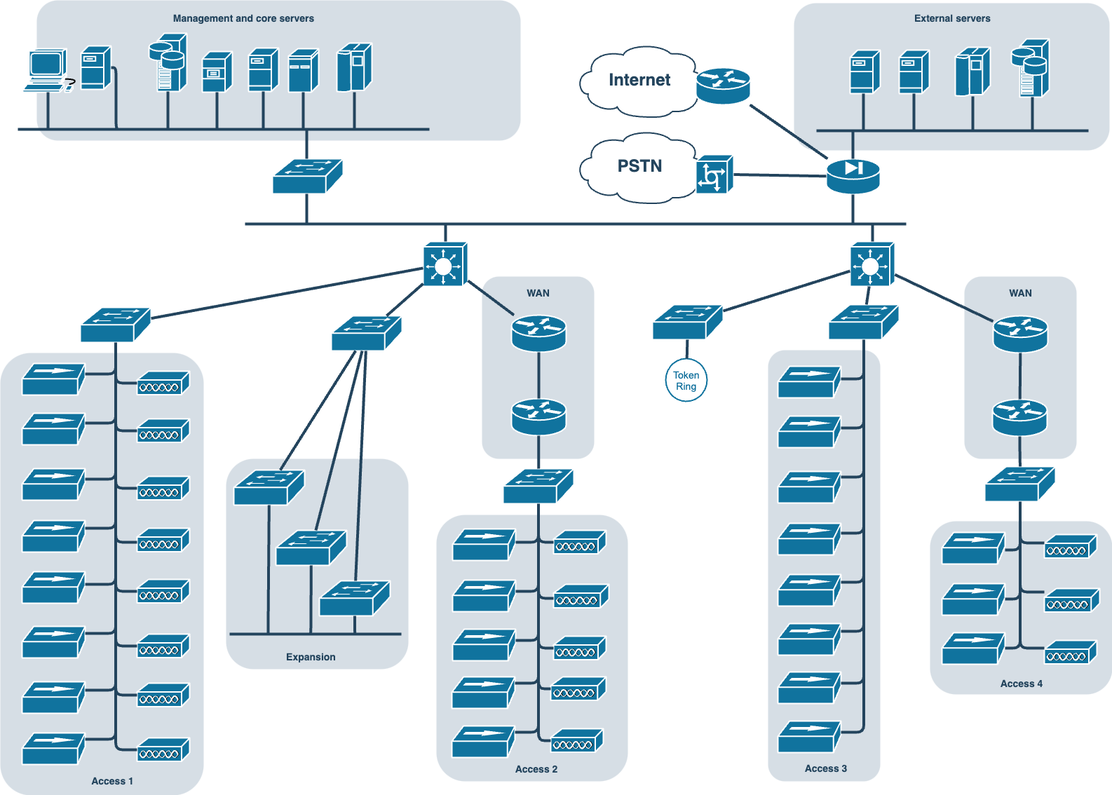
The draw.io diagram java00.drawio.png in Utihbi/pics, before a commit. Source tidied: cells renumbered, new cells last; positions are measured from the earlier drawing's top-left corner, leaving out a move shared by most shapes.
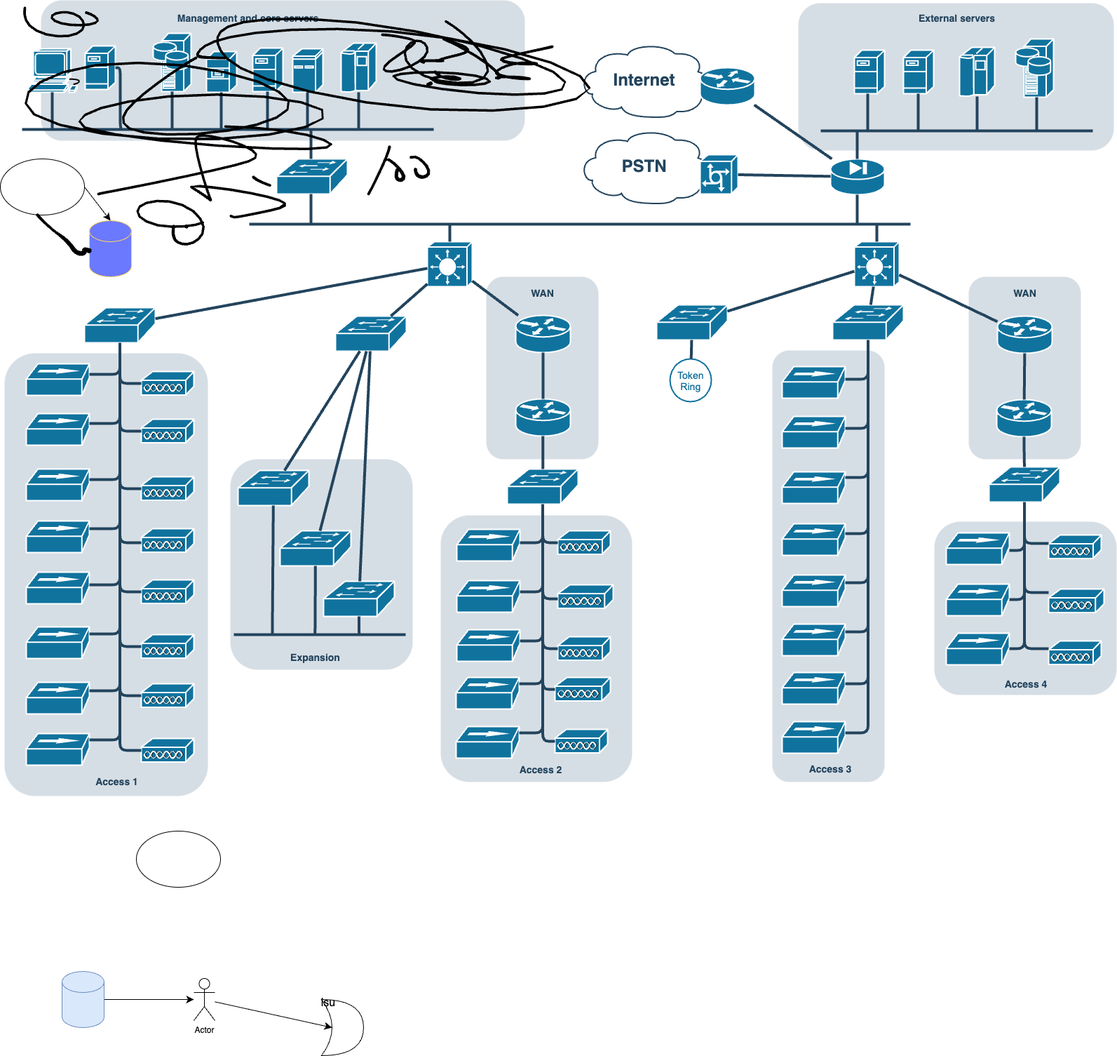
Above is the later version.

The edit, as a diff of the source:
```diff
@@ -720,5 +720,77 @@
     <mxCell id="173" style="edgeStyle=orthogonalEdgeStyle;curved=1;rounded=0;jumpStyle=none;html=1;exitX=0.75;exitY=0;entryX=0.75;entryY=0;shadow=0;labelBackgroundColor=#ffffff;startArrow=none;startFill=0;endArrow=none;endFill=0;endSize=10;jettySize=auto;orthogonalLoop=1;strokeColor=#23445D;strokeWidth=2;fillColor=#F08705;fontFamily=Helvetica;fontSize=25;fontColor=#23445D;align=left;" parent="1" edge="1" source="3" target="3">
       <mxGeometry relative="1" as="geometry" />
     </mxCell>
+    <mxCell id="174" style="shape=(stored shape, 2792 characters);lineShape=1;strokeColor=default;" parent="1" vertex="1">
+      <mxGeometry x="591.5" y="53.9" width="190.9" height="59.5" as="geometry" />
+    </mxCell>
+    <mxCell id="175" style="shape=(stored shape, 668 characters);lineShape=1;strokeColor=default;" parent="1" vertex="1">
+      <mxGeometry x="602" y="116.2" width="8" height="5.7" as="geometry" />
+    </mxCell>
+    <mxCell id="176" style="shape=(stored shape, 2440 characters);lineShape=1;strokeColor=default;" parent="1" vertex="1">
+      <mxGeometry x="273.8" y="25.1" width="561.5" height="133.2" as="geometry" />
+    </mxCell>
+    <mxCell id="177" style="shape=(stored shape, 1828 characters);lineShape=1;strokeColor=default;" parent="1" vertex="1">
+      <mxGeometry x="29.2" y="80.6" width="437.5" height="132.5" as="geometry" />
+    </mxCell>
+    <mxCell id="178" style="shape=(stored shape, 1748 characters);lineShape=1;strokeColor=default;" parent="1" vertex="1">
+      <mxGeometry x="132.6" y="191.5" width="268" height="118.9" as="geometry" />
+    </mxCell>
+    <mxCell id="179" style="shape=(stored shape, 708 characters);lineShape=1;strokeColor=default;" parent="1" vertex="1">
+      <mxGeometry x="353.4" y="250.4" width="26.3" height="14.6" as="geometry" />
+    </mxCell>
+    <mxCell id="180" style="shape=(stored shape, 740 characters);lineShape=1;strokeColor=default;" parent="1" vertex="1">
+      <mxGeometry x="517.7" y="207.4" width="32.9" height="69.9" as="geometry" />
+    </mxCell>
+    <mxCell id="181" style="shape=(stored shape, 868 characters);lineShape=1;strokeColor=default;" parent="1" vertex="1">
+      <mxGeometry x="542.8" y="225.4" width="28.5" height="32.9" as="geometry" />
+    </mxCell>
+    <mxCell id="182" style="shape=(stored shape, 872 characters);lineShape=1;strokeColor=default;" parent="1" vertex="1">
+      <mxGeometry x="578.1" y="221.9" width="28.2" height="32" as="geometry" />
+    </mxCell>
+    <mxCell id="183" style="ellipse;whiteSpace=wrap;html=1;" parent="1" vertex="1">
+      <mxGeometry x="-6" y="226" width="120" height="80" as="geometry" />
+    </mxCell>
+    <mxCell id="184" style="shape=cylinder3;whiteSpace=wrap;html=1;boundedLbl=1;backgroundOutline=1;size=15;strokeColor=light-dark(#FFD460,#FFFFFF);fillColor=light-dark(#6B79FF,var(--ge-dark-color, #121212));" parent="1" vertex="1">
+      <mxGeometry x="121" y="314" width="60" height="80" as="geometry" />
+    </mxCell>
+    <mxCell id="185" style="shape=(stored shape, 1112 characters);lineShape=1;strokeColor=default;" parent="1" vertex="1">
+      <mxGeometry x="45.3" y="304.3" width="78.3" height="59.3" as="geometry" />
+    </mxCell>
+    <mxCell id="186" style="shape=(stored shape, 640 characters);lineShape=1;strokeColor=default;" parent="1" vertex="1">
+      <mxGeometry x="256.9" y="319.9" width="4.7" height="4.7" as="geometry" />
+    </mxCell>
+    <mxCell id="187" style="shape=(stored shape, 1120 characters);lineShape=1;strokeColor=default;" parent="1" vertex="1">
+      <mxGeometry x="188.5" y="284.7" width="96.6" height="64.1" as="geometry" />
+    </mxCell>
+    <mxCell id="188" style="shape=(stored shape, 1188 characters);lineShape=1;strokeColor=default;" parent="1" vertex="1">
+      <mxGeometry x="27.2" y="9.6" width="106.7" height="42.8" as="geometry" />
+    </mxCell>
+    <mxCell id="189" style="shape=(stored shape, 1400 characters);lineShape=1;strokeColor=default;" parent="1" vertex="1">
+      <mxGeometry x="537.5" y="28.9" width="152.7" height="90.1" as="geometry" />
+    </mxCell>
+    <mxCell id="190" style="edgeStyle=none;curved=1;rounded=0;jettySize=auto;html=1;exitX=1;exitY=0.5;exitDx=0;exitDy=0;entryX=0.5;entryY=0;entryDx=0;entryDy=0;entryPerimeter=0;fontSize=12;startSize=8;endSize=8;" parent="1" edge="1" source="183" target="184">
+      <mxGeometry relative="1" as="geometry" />
+    </mxCell>
+    <mxCell id="191" style="edgeStyle=none;curved=1;rounded=0;jettySize=auto;html=1;exitX=1;exitY=0.5;exitDx=0;exitDy=0;exitPerimeter=0;fontSize=12;startSize=8;endSize=8;" parent="1" edge="1" source="192" target="193">
+      <mxGeometry relative="1" as="geometry" />
+    </mxCell>
+    <mxCell id="192" style="shape=cylinder3;whiteSpace=wrap;html=1;boundedLbl=1;backgroundOutline=1;size=15;fillColor=#dae8fc;strokeColor=#6c8ebf;" parent="1" vertex="1">
+      <mxGeometry x="82" y="1384" width="60" height="80" as="geometry" />
+    </mxCell>
+    <mxCell id="193" value="Actor" style="shape=umlActor;verticalLabelPosition=bottom;verticalAlign=top;html=1;outlineConnect=0;" parent="1" vertex="1">
+      <mxGeometry x="270" y="1394" width="30" height="60" as="geometry" />
+    </mxCell>
+    <mxCell id="194" style="shape=xor;whiteSpace=wrap;html=1;" parent="1" vertex="1">
+      <mxGeometry x="452" y="1424" width="60" height="80" as="geometry" />
+    </mxCell>
+    <mxCell id="195" style="edgeStyle=none;curved=1;rounded=0;jettySize=auto;html=1;entryX=0.25;entryY=0.5;entryDx=0;entryDy=0;entryPerimeter=0;fontSize=12;startSize=8;endSize=8;" parent="1" edge="1" source="193" target="194">
+      <mxGeometry relative="1" as="geometry" />
+    </mxCell>
+    <mxCell id="196" value="lsu&lt;div&gt;&lt;br&gt;&lt;/div&gt;" style="text;strokeColor=none;fillColor=none;html=1;align=center;verticalAlign=middle;whiteSpace=wrap;rounded=0;fontSize=16;" parent="1" vertex="1">
+      <mxGeometry x="432" y="1424" width="60" height="30" as="geometry" />
+    </mxCell>
+    <mxCell id="197" style="ellipse;whiteSpace=wrap;html=1;" parent="1" vertex="1">
+      <mxGeometry x="188" y="1184" width="120" height="80" as="geometry" />
+    </mxCell>
   </root>
 </mxGraphModel>
```
